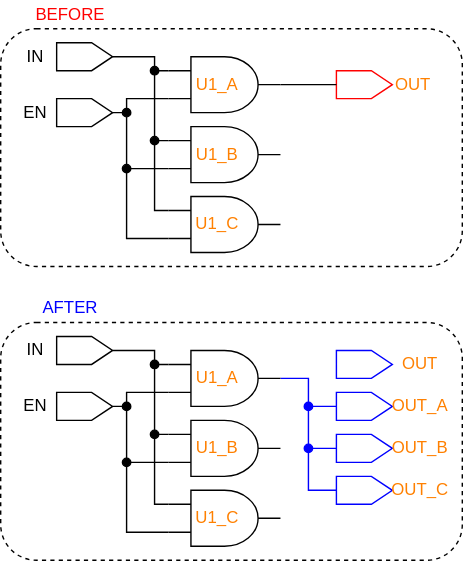
Earlier version of the draw.io export figures/dark-mode/triplicate_scripts/triplicate_output_ports.drawio.svg (AlbertHansen/TripleModularRedundancyTool_developer_guide). Source tidied: cells renumbered, new cells last; positions are measured from the earlier drawing's top-left corner, leaving out a move shared by most shapes.
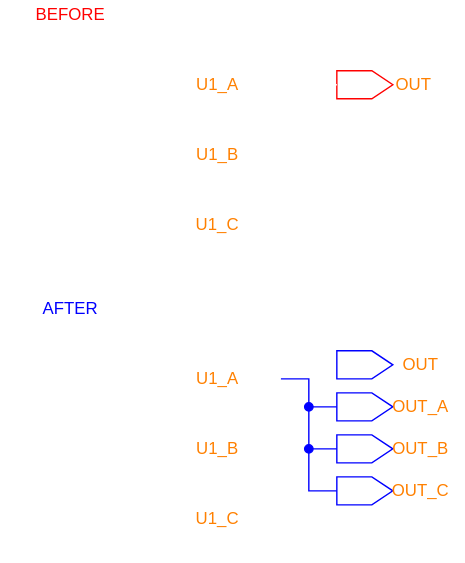
The same diagram one commit later.

Commit message:
triplicate scripts in dark and light mode

What changed in the source:
```diff
@@ -2,10 +2,10 @@
   <root>
     <mxCell id="0" />
     <mxCell id="1" parent="0" />
-    <mxCell id="2" style="rounded=1;whiteSpace=wrap;fillColor=none;dashed=1;html=1;" parent="1" vertex="1">
+    <mxCell id="2" style="rounded=1;whiteSpace=wrap;fillColor=none;dashed=1;html=1;strokeColor=#FFFFFF;" parent="1" vertex="1">
       <mxGeometry y="20" width="330" height="170" as="geometry" />
     </mxCell>
-    <mxCell id="3" style="edgeStyle=orthogonalEdgeStyle;exitX=0.5;exitY=1;exitDx=0;exitDy=0;entryX=0;entryY=0.25;entryDx=0;entryDy=0;entryPerimeter=0;endArrow=none;endFill=0;rounded=0;strokeColor=#000000;html=1;" parent="1" edge="1" source="4" target="9">
+    <mxCell id="3" style="edgeStyle=orthogonalEdgeStyle;exitX=0.5;exitY=1;exitDx=0;exitDy=0;entryX=0;entryY=0.25;entryDx=0;entryDy=0;entryPerimeter=0;endArrow=none;endFill=0;rounded=0;strokeColor=#FFFFFF;html=1;" parent="1" edge="1" source="4" target="9">
       <mxGeometry relative="1" as="geometry">
         <Array as="points">
           <mxPoint x="110" y="40" />
@@ -13,10 +13,10 @@
         </Array>
       </mxGeometry>
     </mxCell>
-    <mxCell id="4" style="shape=offPageConnector;whiteSpace=wrap;rotation=-90;fillColor=none;html=1;" parent="1" vertex="1">
+    <mxCell id="4" style="shape=offPageConnector;whiteSpace=wrap;rotation=-90;fillColor=none;html=1;strokeColor=#FFFFFF;" parent="1" vertex="1">
       <mxGeometry x="50" y="20" width="20" height="40" as="geometry" />
     </mxCell>
-    <mxCell id="5" style="edgeStyle=orthogonalEdgeStyle;rounded=0;exitX=0.5;exitY=1;exitDx=0;exitDy=0;entryX=0;entryY=0.75;entryDx=0;entryDy=0;entryPerimeter=0;endArrow=none;endFill=0;strokeColor=#000000;html=1;" parent="1" edge="1" source="6" target="9">
+    <mxCell id="5" style="edgeStyle=orthogonalEdgeStyle;rounded=0;exitX=0.5;exitY=1;exitDx=0;exitDy=0;entryX=0;entryY=0.75;entryDx=0;entryDy=0;entryPerimeter=0;endArrow=none;endFill=0;strokeColor=#FFFFFF;html=1;" parent="1" edge="1" source="6" target="9">
       <mxGeometry relative="1" as="geometry">
         <Array as="points">
           <mxPoint x="90" y="80" />
@@ -24,22 +24,22 @@
         </Array>
       </mxGeometry>
     </mxCell>
-    <mxCell id="6" style="shape=offPageConnector;whiteSpace=wrap;rotation=-90;fillColor=none;strokeColor=#000000;html=1;" parent="1" vertex="1">
+    <mxCell id="6" style="shape=offPageConnector;whiteSpace=wrap;rotation=-90;fillColor=none;strokeColor=#FFFFFF;html=1;" parent="1" vertex="1">
       <mxGeometry x="50" y="60" width="20" height="40" as="geometry" />
     </mxCell>
     <mxCell id="7" style="shape=offPageConnector;whiteSpace=wrap;rotation=-90;fillColor=none;html=1;strokeColor=#FF0000;" parent="1" vertex="1">
       <mxGeometry x="250" y="40" width="20" height="40" as="geometry" />
     </mxCell>
-    <mxCell id="8" style="edgeStyle=orthogonalEdgeStyle;rounded=0;exitX=1;exitY=0.5;exitDx=0;exitDy=0;exitPerimeter=0;entryX=0.5;entryY=0;entryDx=0;entryDy=0;endArrow=none;endFill=0;html=1;" parent="1" edge="1" source="9" target="7">
+    <mxCell id="8" style="edgeStyle=orthogonalEdgeStyle;rounded=0;exitX=1;exitY=0.5;exitDx=0;exitDy=0;exitPerimeter=0;entryX=0.5;entryY=0;entryDx=0;entryDy=0;endArrow=none;endFill=0;html=1;strokeColor=#FFFFFF;" parent="1" edge="1" source="9" target="7">
       <mxGeometry relative="1" as="geometry" />
     </mxCell>
-    <mxCell id="9" style="verticalLabelPosition=bottom;shadow=0;dashed=0;align=center;verticalAlign=top;shape=mxgraph.electrical.logic_gates.logic_gate;operation=and;fillColor=none;strokeColor=#000000;html=1;" parent="1" vertex="1">
+    <mxCell id="9" style="verticalLabelPosition=bottom;shadow=0;dashed=0;align=center;verticalAlign=top;shape=mxgraph.electrical.logic_gates.logic_gate;operation=and;fillColor=none;strokeColor=#FFFFFF;html=1;" parent="1" vertex="1">
       <mxGeometry x="120" y="40" width="80" height="40" as="geometry" />
     </mxCell>
-    <mxCell id="10" value="IN" style="text;strokeColor=none;fillColor=none;align=center;verticalAlign=middle;whiteSpace=wrap;rounded=0;html=1;" parent="1" vertex="1">
+    <mxCell id="10" value="IN" style="text;strokeColor=none;fillColor=none;align=center;verticalAlign=middle;whiteSpace=wrap;rounded=0;html=1;fontColor=#FFFFFF;" parent="1" vertex="1">
       <mxGeometry x="10" y="30" width="30" height="20" as="geometry" />
     </mxCell>
-    <mxCell id="11" value="EN" style="text;strokeColor=none;fillColor=none;align=center;verticalAlign=middle;whiteSpace=wrap;rounded=0;fontColor=#000000;html=1;" parent="1" vertex="1">
+    <mxCell id="11" value="EN" style="text;strokeColor=none;fillColor=none;align=center;verticalAlign=middle;whiteSpace=wrap;rounded=0;fontColor=#FFFFFF;html=1;" parent="1" vertex="1">
       <mxGeometry x="10" y="70" width="30" height="20" as="geometry" />
     </mxCell>
     <mxCell id="12" value="OUT" style="text;strokeColor=none;fillColor=none;align=center;verticalAlign=middle;whiteSpace=wrap;rounded=0;html=1;fontColor=#FF8000;" parent="1" vertex="1">
@@ -51,30 +51,30 @@
     <mxCell id="14" value="BEFORE" style="text;strokeColor=none;fillColor=none;align=center;verticalAlign=middle;whiteSpace=wrap;rounded=0;dashed=1;fontColor=#FF0000;html=1;" parent="1" vertex="1">
       <mxGeometry x="20" width="60" height="20" as="geometry" />
     </mxCell>
-    <mxCell id="15" style="edgeStyle=orthogonalEdgeStyle;rounded=0;exitX=0;exitY=0.25;exitDx=0;exitDy=0;exitPerimeter=0;fontColor=#FF8000;endArrow=oval;endFill=1;strokeColor=#000000;html=1;" parent="1" edge="1" source="17">
+    <mxCell id="15" style="edgeStyle=orthogonalEdgeStyle;rounded=0;exitX=0;exitY=0.25;exitDx=0;exitDy=0;exitPerimeter=0;fontColor=#FF8000;endArrow=oval;endFill=1;strokeColor=#FFFFFF;html=1;" parent="1" edge="1" source="17">
       <mxGeometry relative="1" as="geometry">
         <mxPoint x="110" y="100" as="targetPoint" />
       </mxGeometry>
     </mxCell>
-    <mxCell id="16" style="edgeStyle=orthogonalEdgeStyle;rounded=0;exitX=0;exitY=0.75;exitDx=0;exitDy=0;exitPerimeter=0;fontColor=#FF8000;endArrow=oval;endFill=1;strokeColor=#000000;html=1;" parent="1" edge="1" source="17">
+    <mxCell id="16" style="edgeStyle=orthogonalEdgeStyle;rounded=0;exitX=0;exitY=0.75;exitDx=0;exitDy=0;exitPerimeter=0;fontColor=#FF8000;endArrow=oval;endFill=1;strokeColor=#FFFFFF;html=1;" parent="1" edge="1" source="17">
       <mxGeometry relative="1" as="geometry">
         <mxPoint x="90" y="120" as="targetPoint" />
       </mxGeometry>
     </mxCell>
-    <mxCell id="17" style="verticalLabelPosition=bottom;shadow=0;dashed=0;align=center;verticalAlign=top;shape=mxgraph.electrical.logic_gates.logic_gate;operation=and;fillColor=none;strokeColor=#000000;html=1;" parent="1" vertex="1">
+    <mxCell id="17" style="verticalLabelPosition=bottom;shadow=0;dashed=0;align=center;verticalAlign=top;shape=mxgraph.electrical.logic_gates.logic_gate;operation=and;fillColor=none;strokeColor=#FFFFFF;html=1;" parent="1" vertex="1">
       <mxGeometry x="120" y="140" width="80" height="40" as="geometry" />
     </mxCell>
-    <mxCell id="18" style="edgeStyle=orthogonalEdgeStyle;rounded=0;exitX=0;exitY=0.25;exitDx=0;exitDy=0;exitPerimeter=0;fontColor=#FF8000;endArrow=oval;endFill=1;strokeColor=#000000;html=1;" parent="1" edge="1" source="20">
+    <mxCell id="18" style="edgeStyle=orthogonalEdgeStyle;rounded=0;exitX=0;exitY=0.25;exitDx=0;exitDy=0;exitPerimeter=0;fontColor=#FF8000;endArrow=oval;endFill=1;strokeColor=#FFFFFF;html=1;" parent="1" edge="1" source="20">
       <mxGeometry relative="1" as="geometry">
         <mxPoint x="110" y="50" as="targetPoint" />
       </mxGeometry>
     </mxCell>
-    <mxCell id="19" style="edgeStyle=orthogonalEdgeStyle;rounded=0;exitX=0;exitY=0.75;exitDx=0;exitDy=0;exitPerimeter=0;fontColor=#FF8000;endArrow=oval;endFill=1;strokeColor=#000000;html=1;" parent="1" edge="1" source="20">
+    <mxCell id="19" style="edgeStyle=orthogonalEdgeStyle;rounded=0;exitX=0;exitY=0.75;exitDx=0;exitDy=0;exitPerimeter=0;fontColor=#FF8000;endArrow=oval;endFill=1;strokeColor=#FFFFFF;html=1;" parent="1" edge="1" source="20">
       <mxGeometry relative="1" as="geometry">
         <mxPoint x="90" y="80" as="targetPoint" />
       </mxGeometry>
     </mxCell>
-    <mxCell id="20" style="verticalLabelPosition=bottom;shadow=0;dashed=0;align=center;verticalAlign=top;shape=mxgraph.electrical.logic_gates.logic_gate;operation=and;fillColor=none;strokeColor=#000000;html=1;" parent="1" vertex="1">
+    <mxCell id="20" style="verticalLabelPosition=bottom;shadow=0;dashed=0;align=center;verticalAlign=top;shape=mxgraph.electrical.logic_gates.logic_gate;operation=and;fillColor=none;strokeColor=#FFFFFF;html=1;" parent="1" vertex="1">
       <mxGeometry x="120" y="90" width="80" height="40" as="geometry" />
     </mxCell>
     <mxCell id="21" value="U1_B" style="text;strokeColor=none;fillColor=none;align=center;verticalAlign=middle;whiteSpace=wrap;rounded=0;dashed=1;fontColor=#FF8000;html=1;" parent="1" vertex="1">
@@ -83,10 +83,10 @@
     <mxCell id="22" value="U1_C" style="text;strokeColor=none;fillColor=none;align=center;verticalAlign=middle;whiteSpace=wrap;rounded=0;dashed=1;fontColor=#FF8000;html=1;" parent="1" vertex="1">
       <mxGeometry x="140" y="150" width="30" height="20" as="geometry" />
     </mxCell>
-    <mxCell id="23" style="rounded=1;whiteSpace=wrap;fillColor=none;dashed=1;html=1;" parent="1" vertex="1">
+    <mxCell id="23" style="rounded=1;whiteSpace=wrap;fillColor=none;dashed=1;html=1;strokeColor=#FFFFFF;" parent="1" vertex="1">
       <mxGeometry y="230" width="330" height="170" as="geometry" />
     </mxCell>
-    <mxCell id="24" style="edgeStyle=orthogonalEdgeStyle;exitX=0.5;exitY=1;exitDx=0;exitDy=0;entryX=0;entryY=0.25;entryDx=0;entryDy=0;entryPerimeter=0;endArrow=none;endFill=0;rounded=0;strokeColor=#000000;html=1;" parent="1" edge="1" source="25" target="30">
+    <mxCell id="24" style="edgeStyle=orthogonalEdgeStyle;exitX=0.5;exitY=1;exitDx=0;exitDy=0;entryX=0;entryY=0.25;entryDx=0;entryDy=0;entryPerimeter=0;endArrow=none;endFill=0;rounded=0;strokeColor=#FFFFFF;html=1;" parent="1" edge="1" source="25" target="30">
       <mxGeometry relative="1" as="geometry">
         <Array as="points">
           <mxPoint x="110" y="250" />
@@ -94,10 +94,10 @@
         </Array>
       </mxGeometry>
     </mxCell>
-    <mxCell id="25" style="shape=offPageConnector;whiteSpace=wrap;rotation=-90;fillColor=none;html=1;" parent="1" vertex="1">
+    <mxCell id="25" style="shape=offPageConnector;whiteSpace=wrap;rotation=-90;fillColor=none;html=1;strokeColor=#FFFFFF;" parent="1" vertex="1">
       <mxGeometry x="50" y="230" width="20" height="40" as="geometry" />
     </mxCell>
-    <mxCell id="26" style="edgeStyle=orthogonalEdgeStyle;rounded=0;exitX=0.5;exitY=1;exitDx=0;exitDy=0;entryX=0;entryY=0.75;entryDx=0;entryDy=0;entryPerimeter=0;endArrow=none;endFill=0;strokeColor=#000000;html=1;" parent="1" edge="1" source="27" target="30">
+    <mxCell id="26" style="edgeStyle=orthogonalEdgeStyle;rounded=0;exitX=0.5;exitY=1;exitDx=0;exitDy=0;entryX=0;entryY=0.75;entryDx=0;entryDy=0;entryPerimeter=0;endArrow=none;endFill=0;strokeColor=#FFFFFF;html=1;" parent="1" edge="1" source="27" target="30">
       <mxGeometry relative="1" as="geometry">
         <Array as="points">
           <mxPoint x="90" y="290" />
@@ -105,7 +105,7 @@
         </Array>
       </mxGeometry>
     </mxCell>
-    <mxCell id="27" style="shape=offPageConnector;whiteSpace=wrap;rotation=-90;fillColor=none;strokeColor=#000000;html=1;" parent="1" vertex="1">
+    <mxCell id="27" style="shape=offPageConnector;whiteSpace=wrap;rotation=-90;fillColor=none;strokeColor=#FFFFFF;html=1;" parent="1" vertex="1">
       <mxGeometry x="50" y="270" width="20" height="40" as="geometry" />
     </mxCell>
     <mxCell id="28" style="shape=offPageConnector;whiteSpace=wrap;rotation=-90;fillColor=none;html=1;strokeColor=#0000FF;" parent="1" vertex="1">
@@ -114,13 +114,13 @@
     <mxCell id="29" style="edgeStyle=orthogonalEdgeStyle;rounded=0;exitX=1;exitY=0.5;exitDx=0;exitDy=0;exitPerimeter=0;entryX=0.5;entryY=0;entryDx=0;entryDy=0;endArrow=none;endFill=0;html=1;strokeColor=#0000FF;" parent="1" edge="1" source="30" target="28">
       <mxGeometry relative="1" as="geometry" />
     </mxCell>
-    <mxCell id="30" style="verticalLabelPosition=bottom;shadow=0;dashed=0;align=center;verticalAlign=top;shape=mxgraph.electrical.logic_gates.logic_gate;operation=and;fillColor=none;strokeColor=#000000;html=1;" parent="1" vertex="1">
+    <mxCell id="30" style="verticalLabelPosition=bottom;shadow=0;dashed=0;align=center;verticalAlign=top;shape=mxgraph.electrical.logic_gates.logic_gate;operation=and;fillColor=none;strokeColor=#FFFFFF;html=1;" parent="1" vertex="1">
       <mxGeometry x="120" y="250" width="80" height="40" as="geometry" />
     </mxCell>
-    <mxCell id="31" value="IN" style="text;strokeColor=none;fillColor=none;align=center;verticalAlign=middle;whiteSpace=wrap;rounded=0;html=1;" parent="1" vertex="1">
+    <mxCell id="31" value="IN" style="text;strokeColor=none;fillColor=none;align=center;verticalAlign=middle;whiteSpace=wrap;rounded=0;html=1;fontColor=#FFFFFF;" parent="1" vertex="1">
       <mxGeometry x="10" y="240" width="30" height="20" as="geometry" />
     </mxCell>
-    <mxCell id="32" value="EN" style="text;strokeColor=none;fillColor=none;align=center;verticalAlign=middle;whiteSpace=wrap;rounded=0;fontColor=#000000;html=1;" parent="1" vertex="1">
+    <mxCell id="32" value="EN" style="text;strokeColor=none;fillColor=none;align=center;verticalAlign=middle;whiteSpace=wrap;rounded=0;fontColor=#FFFFFF;html=1;" parent="1" vertex="1">
       <mxGeometry x="10" y="280" width="30" height="20" as="geometry" />
     </mxCell>
     <mxCell id="33" value="OUT_A" style="text;strokeColor=none;fillColor=none;align=center;verticalAlign=middle;whiteSpace=wrap;rounded=0;html=1;fontColor=#FF8000;" parent="1" vertex="1">
@@ -132,30 +132,30 @@
     <mxCell id="35" value="&lt;font color=&quot;#0000ff&quot;&gt;AFTER&lt;/font&gt;" style="text;strokeColor=none;fillColor=none;align=center;verticalAlign=middle;whiteSpace=wrap;rounded=0;dashed=1;fontColor=#FF0000;html=1;" parent="1" vertex="1">
       <mxGeometry x="20" y="210" width="60" height="20" as="geometry" />
     </mxCell>
-    <mxCell id="36" style="edgeStyle=orthogonalEdgeStyle;rounded=0;exitX=0;exitY=0.25;exitDx=0;exitDy=0;exitPerimeter=0;fontColor=#FF8000;endArrow=oval;endFill=1;strokeColor=#000000;html=1;" parent="1" edge="1" source="38">
+    <mxCell id="36" style="edgeStyle=orthogonalEdgeStyle;rounded=0;exitX=0;exitY=0.25;exitDx=0;exitDy=0;exitPerimeter=0;fontColor=#FF8000;endArrow=oval;endFill=1;strokeColor=#FFFFFF;html=1;" parent="1" edge="1" source="38">
       <mxGeometry relative="1" as="geometry">
         <mxPoint x="110" y="310" as="targetPoint" />
       </mxGeometry>
     </mxCell>
-    <mxCell id="37" style="edgeStyle=orthogonalEdgeStyle;rounded=0;exitX=0;exitY=0.75;exitDx=0;exitDy=0;exitPerimeter=0;fontColor=#FF8000;endArrow=oval;endFill=1;strokeColor=#000000;html=1;" parent="1" edge="1" source="38">
+    <mxCell id="37" style="edgeStyle=orthogonalEdgeStyle;rounded=0;exitX=0;exitY=0.75;exitDx=0;exitDy=0;exitPerimeter=0;fontColor=#FF8000;endArrow=oval;endFill=1;strokeColor=#FFFFFF;html=1;" parent="1" edge="1" source="38">
       <mxGeometry relative="1" as="geometry">
         <mxPoint x="90" y="330" as="targetPoint" />
       </mxGeometry>
     </mxCell>
-    <mxCell id="38" style="verticalLabelPosition=bottom;shadow=0;dashed=0;align=center;verticalAlign=top;shape=mxgraph.electrical.logic_gates.logic_gate;operation=and;fillColor=none;strokeColor=#000000;html=1;" parent="1" vertex="1">
+    <mxCell id="38" style="verticalLabelPosition=bottom;shadow=0;dashed=0;align=center;verticalAlign=top;shape=mxgraph.electrical.logic_gates.logic_gate;operation=and;fillColor=none;strokeColor=#FFFFFF;html=1;" parent="1" vertex="1">
       <mxGeometry x="120" y="350" width="80" height="40" as="geometry" />
     </mxCell>
-    <mxCell id="39" style="edgeStyle=orthogonalEdgeStyle;rounded=0;exitX=0;exitY=0.25;exitDx=0;exitDy=0;exitPerimeter=0;fontColor=#FF8000;endArrow=oval;endFill=1;strokeColor=#000000;html=1;" parent="1" edge="1" source="41">
+    <mxCell id="39" style="edgeStyle=orthogonalEdgeStyle;rounded=0;exitX=0;exitY=0.25;exitDx=0;exitDy=0;exitPerimeter=0;fontColor=#FF8000;endArrow=oval;endFill=1;strokeColor=#FFFFFF;html=1;" parent="1" edge="1" source="41">
       <mxGeometry relative="1" as="geometry">
         <mxPoint x="110" y="260" as="targetPoint" />
       </mxGeometry>
     </mxCell>
-    <mxCell id="40" style="edgeStyle=orthogonalEdgeStyle;rounded=0;exitX=0;exitY=0.75;exitDx=0;exitDy=0;exitPerimeter=0;fontColor=#FF8000;endArrow=oval;endFill=1;strokeColor=#000000;html=1;" parent="1" edge="1" source="41">
+    <mxCell id="40" style="edgeStyle=orthogonalEdgeStyle;rounded=0;exitX=0;exitY=0.75;exitDx=0;exitDy=0;exitPerimeter=0;fontColor=#FF8000;endArrow=oval;endFill=1;strokeColor=#FFFFFF;html=1;" parent="1" edge="1" source="41">
       <mxGeometry relative="1" as="geometry">
         <mxPoint x="90" y="290" as="targetPoint" />
       </mxGeometry>
     </mxCell>
-    <mxCell id="41" style="verticalLabelPosition=bottom;shadow=0;dashed=0;align=center;verticalAlign=top;shape=mxgraph.electrical.logic_gates.logic_gate;operation=and;fillColor=none;strokeColor=#000000;html=1;" parent="1" vertex="1">
+    <mxCell id="41" style="verticalLabelPosition=bottom;shadow=0;dashed=0;align=center;verticalAlign=top;shape=mxgraph.electrical.logic_gates.logic_gate;operation=and;fillColor=none;strokeColor=#FFFFFF;html=1;" parent="1" vertex="1">
       <mxGeometry x="120" y="300" width="80" height="40" as="geometry" />
     </mxCell>
     <mxCell id="42" value="U1_B" style="text;strokeColor=none;fillColor=none;align=center;verticalAlign=middle;whiteSpace=wrap;rounded=0;dashed=1;fontColor=#FF8000;html=1;" parent="1" vertex="1">
```
